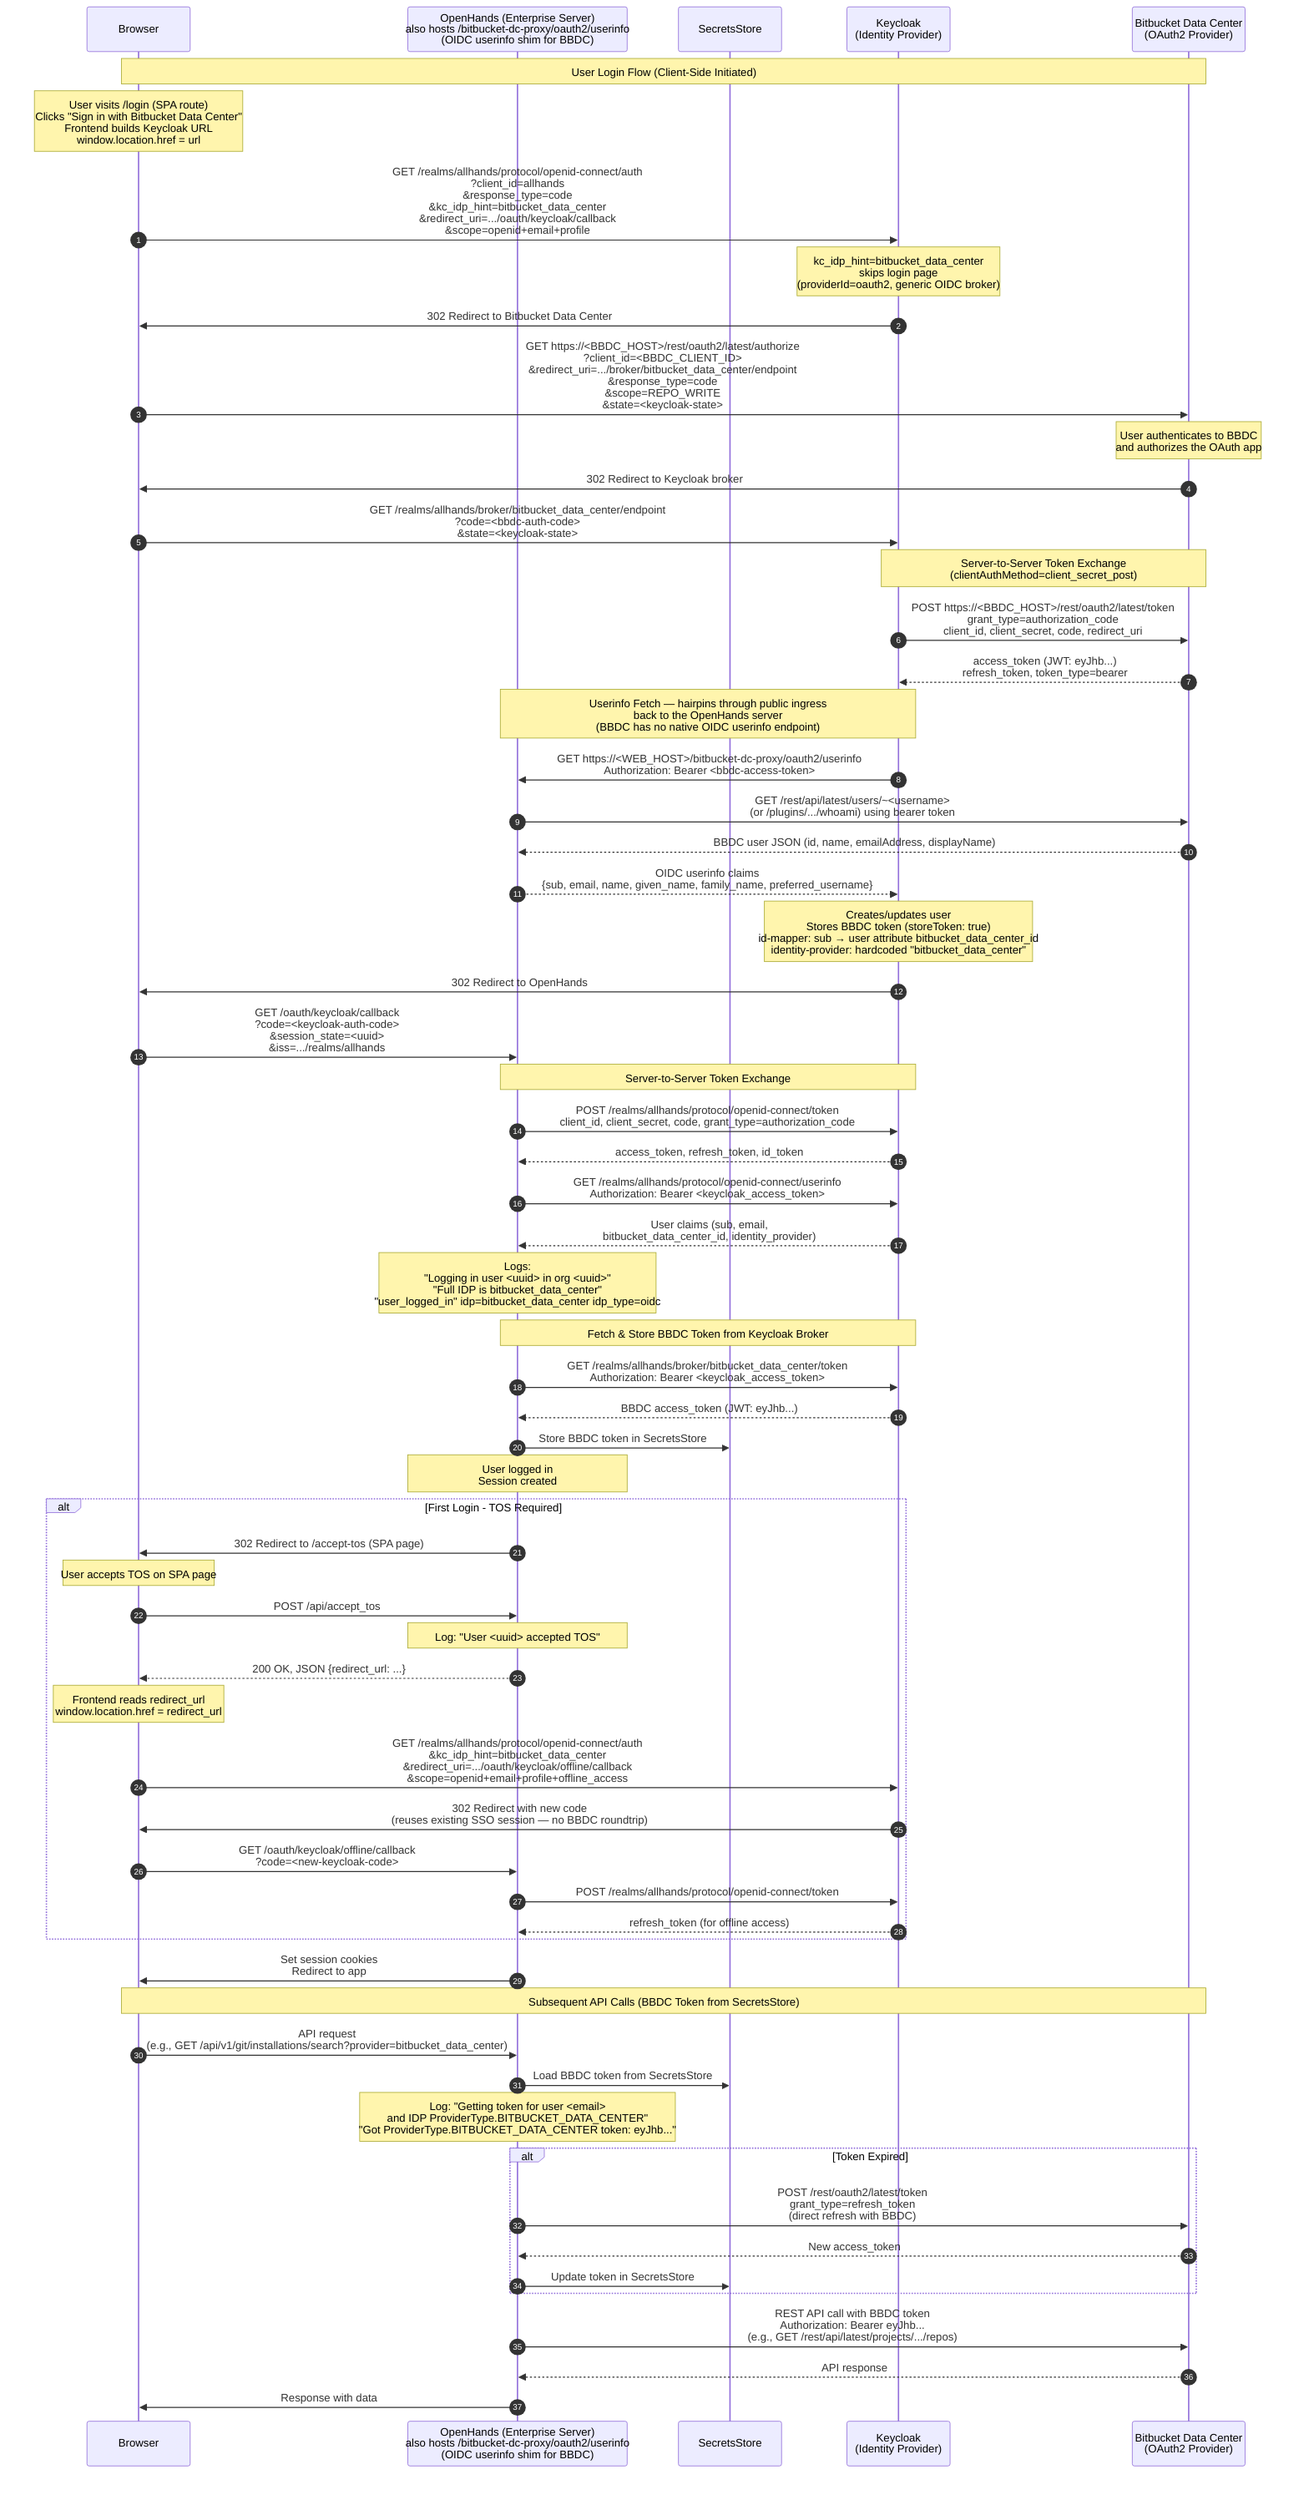
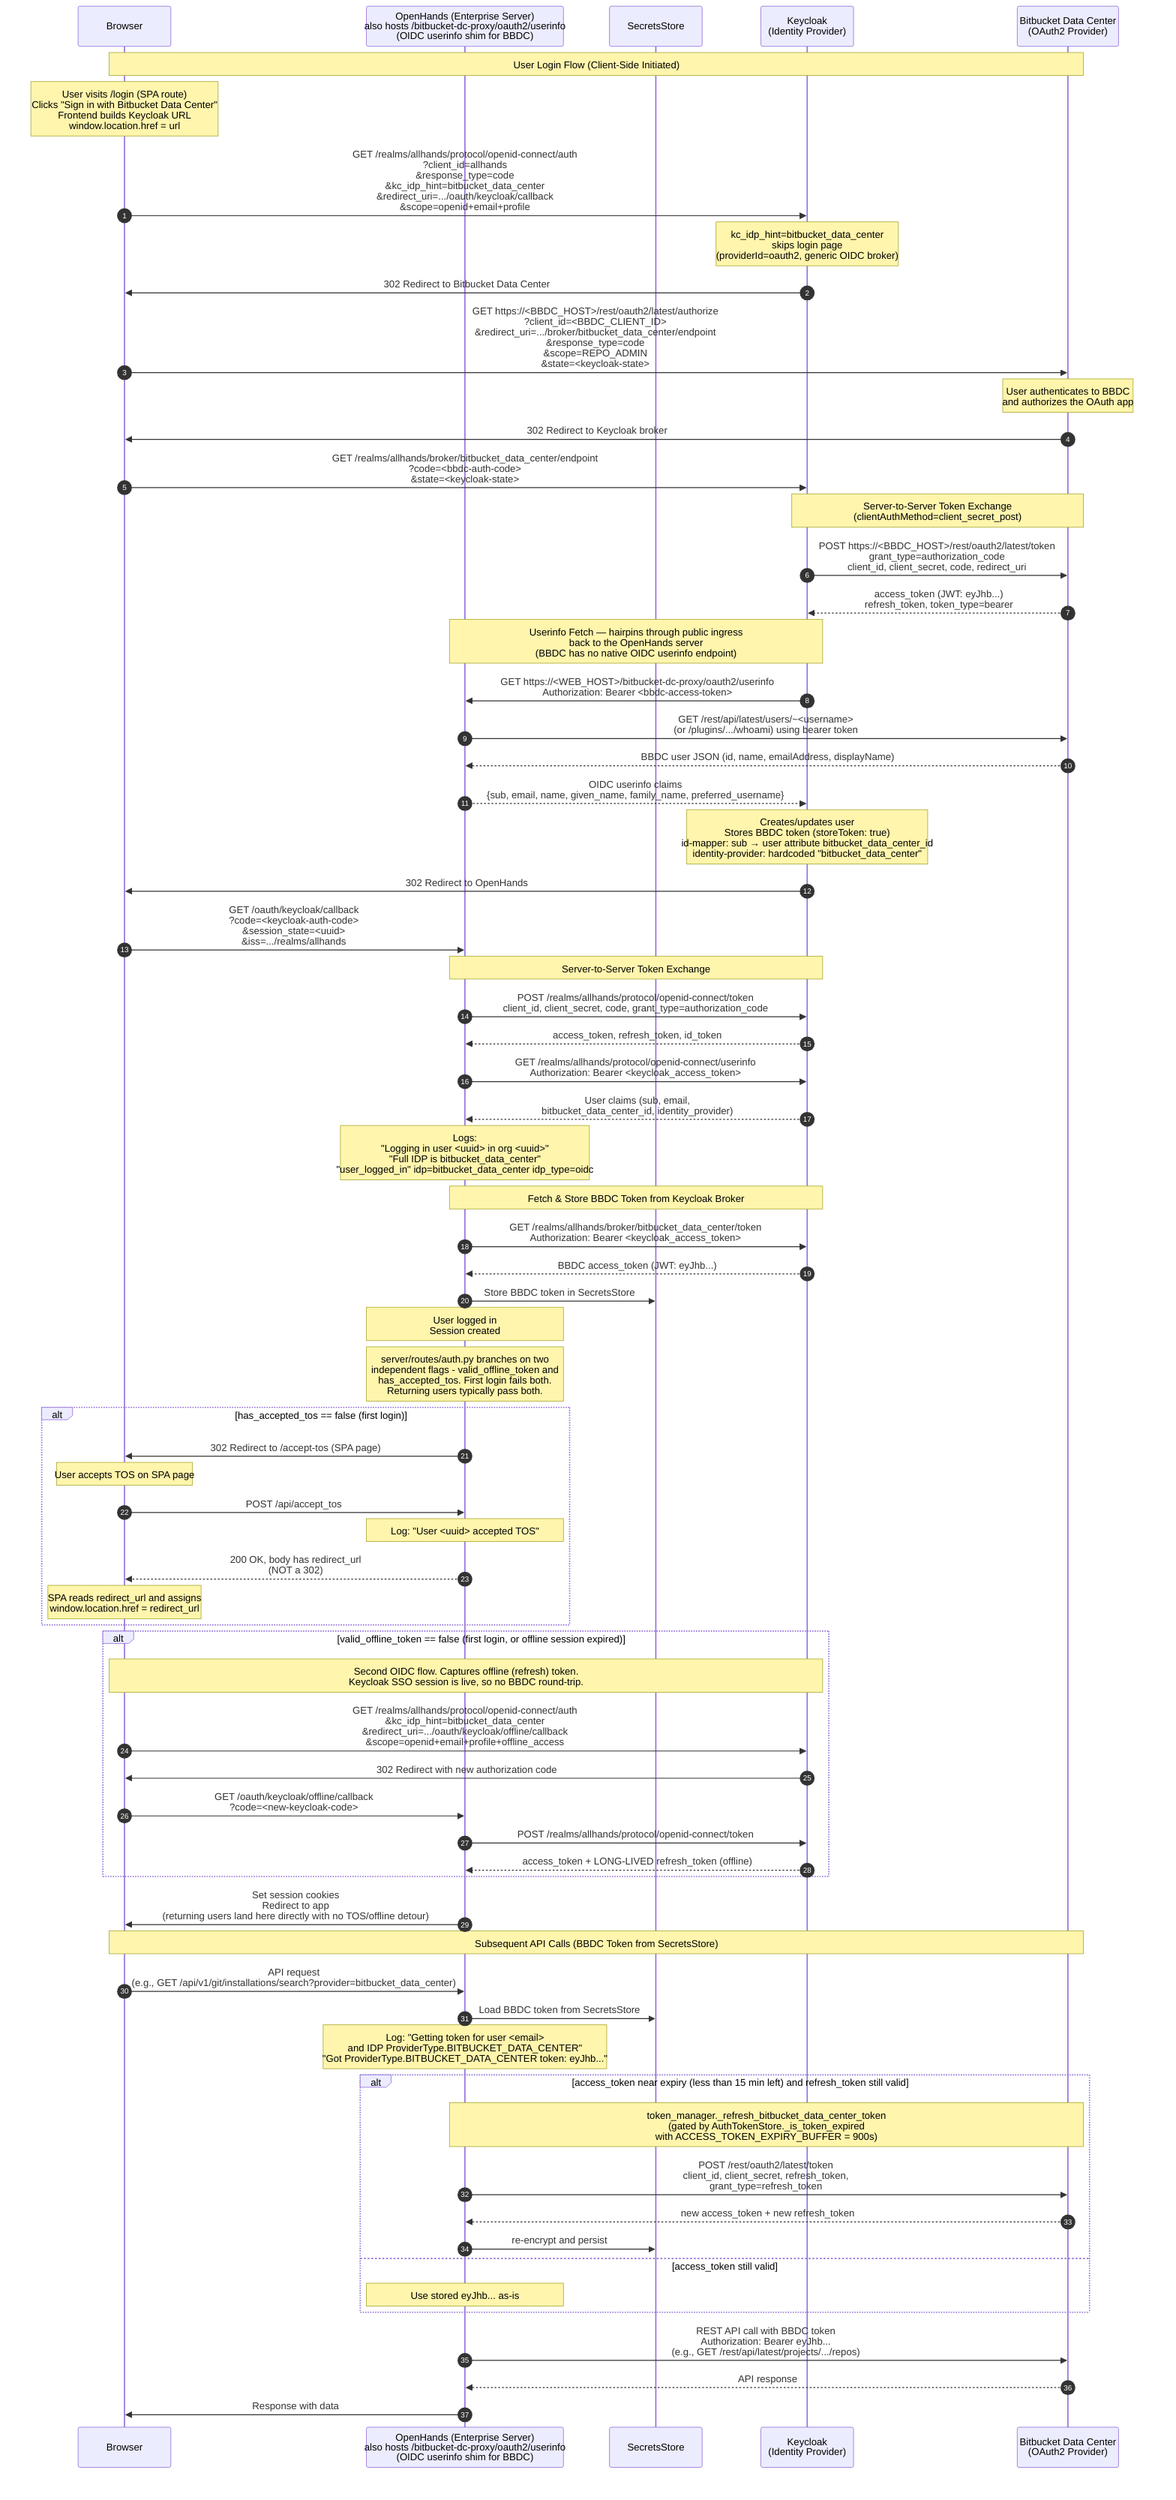
+ %% Validated against OpenHands-Cloud @ 136f63fdc
+ 
sequenceDiagram
    autonumber
    participant Browser
    participant OpenHands as OpenHands (Enterprise Server)<br/>also hosts /bitbucket-dc-proxy/oauth2/userinfo<br/>(OIDC userinfo shim for BBDC)
    participant DB as SecretsStore
    participant Keycloak as Keycloak<br/>(Identity Provider)
    participant BBDC as Bitbucket Data Center<br/>(OAuth2 Provider)

    Note over Browser,BBDC: User Login Flow (Client-Side Initiated)

    Note over Browser: User visits /login (SPA route)<br/>Clicks "Sign in with Bitbucket Data Center"<br/>Frontend builds Keycloak URL<br/>window.location.href = url

    Browser->>Keycloak: GET /realms/allhands/protocol/openid-connect/auth<br/>?client_id=allhands<br/>&response_type=code<br/>&kc_idp_hint=bitbucket_data_center<br/>&redirect_uri=.../oauth/keycloak/callback<br/>&scope=openid+email+profile

    Note over Keycloak: kc_idp_hint=bitbucket_data_center<br/>skips login page<br/>(providerId=oauth2, generic OIDC broker)

    Keycloak->>Browser: 302 Redirect to Bitbucket Data Center

-     Browser->>BBDC: GET https://<BBDC_HOST>/rest/oauth2/latest/authorize<br/>?client_id=<BBDC_CLIENT_ID><br/>&redirect_uri=.../broker/bitbucket_data_center/endpoint<br/>&response_type=code<br/>&scope=REPO_WRITE<br/>&state=<keycloak-state>
+     Browser->>BBDC: GET https://<BBDC_HOST>/rest/oauth2/latest/authorize<br/>?client_id=<BBDC_CLIENT_ID><br/>&redirect_uri=.../broker/bitbucket_data_center/endpoint<br/>&response_type=code<br/>&scope=REPO_ADMIN<br/>&state=<keycloak-state>

    Note over BBDC: User authenticates to BBDC<br/>and authorizes the OAuth app

    BBDC->>Browser: 302 Redirect to Keycloak broker
    Browser->>Keycloak: GET /realms/allhands/broker/bitbucket_data_center/endpoint<br/>?code=<bbdc-auth-code><br/>&state=<keycloak-state>

    Note over Keycloak,BBDC: Server-to-Server Token Exchange<br/>(clientAuthMethod=client_secret_post)

    Keycloak->>BBDC: POST https://<BBDC_HOST>/rest/oauth2/latest/token<br/>grant_type=authorization_code<br/>client_id, client_secret, code, redirect_uri
    BBDC-->>Keycloak: access_token (JWT: eyJhb...)<br/>refresh_token, token_type=bearer

    Note over Keycloak,OpenHands: Userinfo Fetch — hairpins through public ingress<br/>back to the OpenHands server<br/>(BBDC has no native OIDC userinfo endpoint)

    Keycloak->>OpenHands: GET https://<WEB_HOST>/bitbucket-dc-proxy/oauth2/userinfo<br/>Authorization: Bearer <bbdc-access-token>
    OpenHands->>BBDC: GET /rest/api/latest/users/~<username><br/>(or /plugins/.../whoami) using bearer token
    BBDC-->>OpenHands: BBDC user JSON (id, name, emailAddress, displayName)
    OpenHands-->>Keycloak: OIDC userinfo claims<br/>{sub, email, name, given_name, family_name, preferred_username}

    Note over Keycloak: Creates/updates user<br/>Stores BBDC token (storeToken: true)<br/>id-mapper: sub → user attribute bitbucket_data_center_id<br/>identity-provider: hardcoded "bitbucket_data_center"

    Keycloak->>Browser: 302 Redirect to OpenHands
    Browser->>OpenHands: GET /oauth/keycloak/callback<br/>?code=<keycloak-auth-code><br/>&session_state=<uuid><br/>&iss=.../realms/allhands

    Note over OpenHands,Keycloak: Server-to-Server Token Exchange

    OpenHands->>Keycloak: POST /realms/allhands/protocol/openid-connect/token<br/>client_id, client_secret, code, grant_type=authorization_code
    Keycloak-->>OpenHands: access_token, refresh_token, id_token

    OpenHands->>Keycloak: GET /realms/allhands/protocol/openid-connect/userinfo<br/>Authorization: Bearer <keycloak_access_token>
    Keycloak-->>OpenHands: User claims (sub, email,<br/>bitbucket_data_center_id, identity_provider)

    Note over OpenHands: Logs:<br/>"Logging in user <uuid> in org <uuid>"<br/>"Full IDP is bitbucket_data_center"<br/>"user_logged_in" idp=bitbucket_data_center idp_type=oidc

    Note over OpenHands,Keycloak: Fetch & Store BBDC Token from Keycloak Broker

    OpenHands->>Keycloak: GET /realms/allhands/broker/bitbucket_data_center/token<br/>Authorization: Bearer <keycloak_access_token>
    Keycloak-->>OpenHands: BBDC access_token (JWT: eyJhb...)

    OpenHands->>DB: Store BBDC token in SecretsStore

    Note over OpenHands: User logged in<br/>Session created

-     alt First Login - TOS Required
+     Note over OpenHands: server/routes/auth.py branches on two<br/>independent flags - valid_offline_token and<br/>has_accepted_tos. First login fails both.<br/>Returning users typically pass both.
+ 
+     alt has_accepted_tos == false (first login)
        OpenHands->>Browser: 302 Redirect to /accept-tos (SPA page)
        Note over Browser: User accepts TOS on SPA page
        Browser->>OpenHands: POST /api/accept_tos
        Note over OpenHands: Log: "User <uuid> accepted TOS"
-         OpenHands-->>Browser: 200 OK, JSON {redirect_url: ...}
-         Note over Browser: Frontend reads redirect_url<br/>window.location.href = redirect_url
+         OpenHands-->>Browser: 200 OK, body has redirect_url<br/>(NOT a 302)
+         Note over Browser: SPA reads redirect_url and assigns<br/>window.location.href = redirect_url
+     end
+ 
+     alt valid_offline_token == false (first login, or offline session expired)
+         Note over Browser,Keycloak: Second OIDC flow. Captures offline (refresh) token.<br/>Keycloak SSO session is live, so no BBDC round-trip.
        Browser->>Keycloak: GET /realms/allhands/protocol/openid-connect/auth<br/>&kc_idp_hint=bitbucket_data_center<br/>&redirect_uri=.../oauth/keycloak/offline/callback<br/>&scope=openid+email+profile+offline_access
-         Keycloak->>Browser: 302 Redirect with new code<br/>(reuses existing SSO session — no BBDC roundtrip)
+         Keycloak->>Browser: 302 Redirect with new authorization code
        Browser->>OpenHands: GET /oauth/keycloak/offline/callback<br/>?code=<new-keycloak-code>
        OpenHands->>Keycloak: POST /realms/allhands/protocol/openid-connect/token
-         Keycloak-->>OpenHands: refresh_token (for offline access)
+         Keycloak-->>OpenHands: access_token + LONG-LIVED refresh_token (offline)
    end

-     OpenHands->>Browser: Set session cookies<br/>Redirect to app
+     OpenHands->>Browser: Set session cookies<br/>Redirect to app<br/>(returning users land here directly with no TOS/offline detour)

    Note over Browser,BBDC: Subsequent API Calls (BBDC Token from SecretsStore)

    Browser->>OpenHands: API request<br/>(e.g., GET /api/v1/git/installations/search?provider=bitbucket_data_center)

    OpenHands->>DB: Load BBDC token from SecretsStore
    Note over OpenHands: Log: "Getting token for user <email><br/>and IDP ProviderType.BITBUCKET_DATA_CENTER"<br/>"Got ProviderType.BITBUCKET_DATA_CENTER token: eyJhb..."

-     alt Token Expired
-         OpenHands->>BBDC: POST /rest/oauth2/latest/token<br/>grant_type=refresh_token<br/>(direct refresh with BBDC)
-         BBDC-->>OpenHands: New access_token
-         OpenHands->>DB: Update token in SecretsStore
+     alt access_token near expiry (less than 15 min left) and refresh_token still valid
+         Note over OpenHands,BBDC: token_manager._refresh_bitbucket_data_center_token<br/>(gated by AuthTokenStore._is_token_expired<br/>with ACCESS_TOKEN_EXPIRY_BUFFER = 900s)
+         OpenHands->>BBDC: POST /rest/oauth2/latest/token<br/>client_id, client_secret, refresh_token,<br/>grant_type=refresh_token
+         BBDC-->>OpenHands: new access_token + new refresh_token
+         OpenHands->>DB: re-encrypt and persist
+     else access_token still valid
+         Note over OpenHands: Use stored eyJhb... as-is
    end

    OpenHands->>BBDC: REST API call with BBDC token<br/>Authorization: Bearer eyJhb...<br/>(e.g., GET /rest/api/latest/projects/.../repos)
    BBDC-->>OpenHands: API response

    OpenHands->>Browser: Response with data
